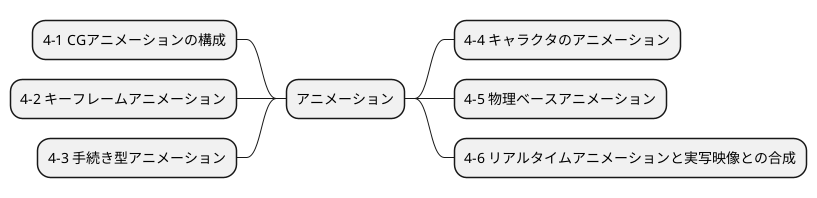
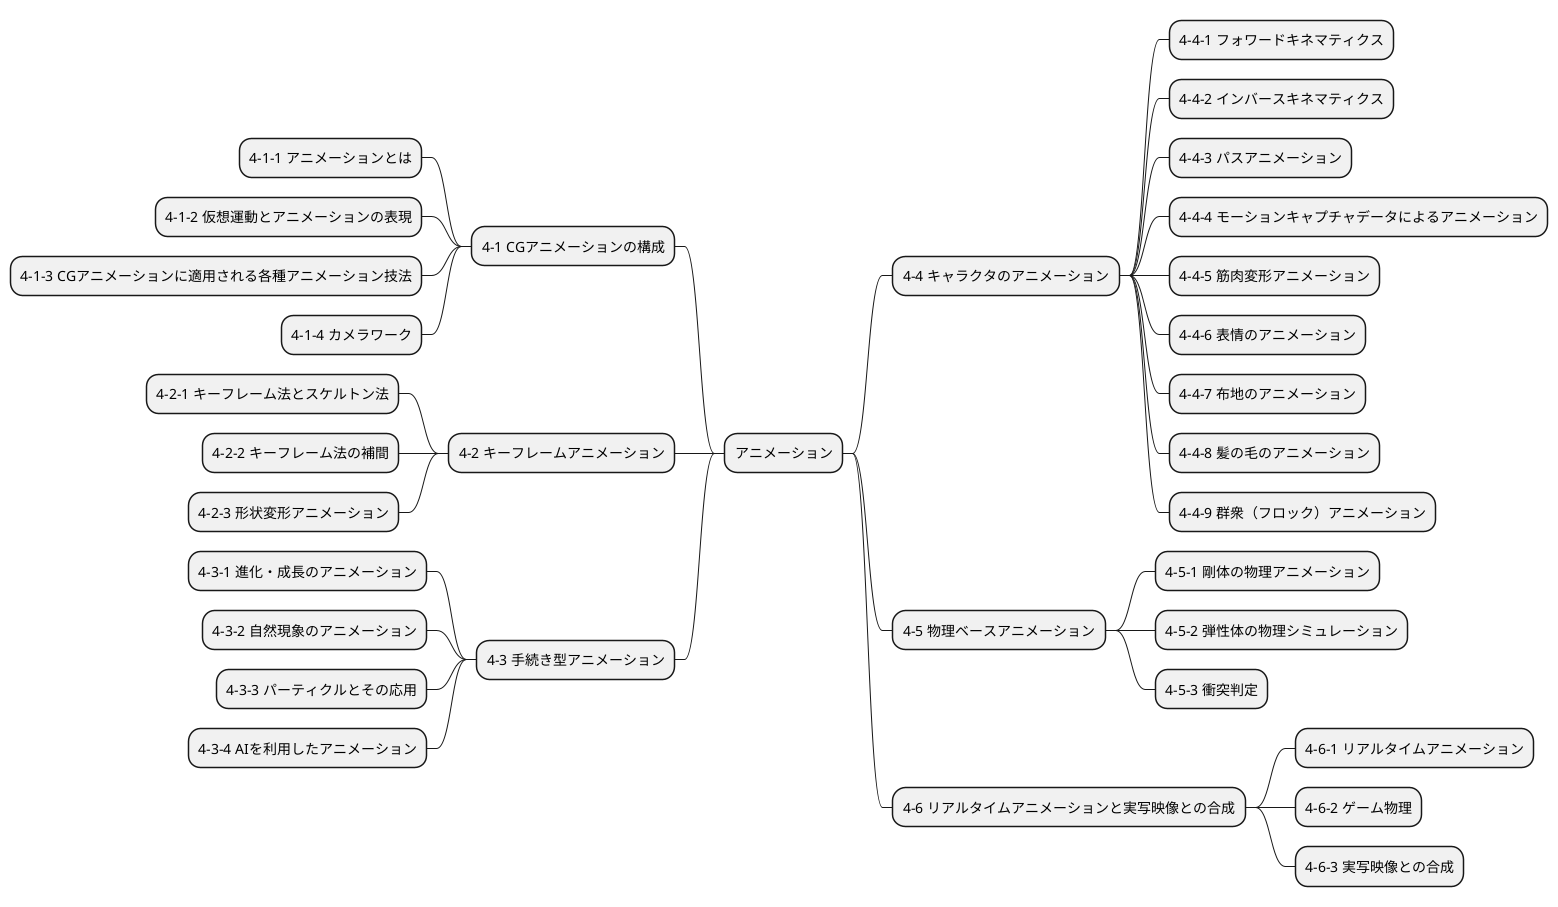
@startmindmap img_proc_basic_04
+ アニメーション
-- 4-1 CGアニメーションの構成
+ --- 4-1-1 アニメーションとは
+ --- 4-1-2 仮想運動とアニメーションの表現
+ --- 4-1-3 CGアニメーションに適用される各種アニメーション技法
+ --- 4-1-4 カメラワーク
-- 4-2 キーフレームアニメーション
+ --- 4-2-1 キーフレーム法とスケルトン法
+ --- 4-2-2 キーフレーム法の補間
+ --- 4-2-3 形状変形アニメーション
-- 4-3 手続き型アニメーション
+ --- 4-3-1 進化・成長のアニメーション
+ --- 4-3-2 自然現象のアニメーション
+ --- 4-3-3 パーティクルとその応用
+ --- 4-3-4 AIを利用したアニメーション
++ 4-4 キャラクタのアニメーション
+ +++ 4-4-1 フォワードキネマティクス
+ +++ 4-4-2 インバースキネマティクス
+ +++ 4-4-3 パスアニメーション
+ +++ 4-4-4 モーションキャプチャデータによるアニメーション
+ +++ 4-4-5 筋肉変形アニメーション
+ +++ 4-4-6 表情のアニメーション
+ +++ 4-4-7 布地のアニメーション
+ +++ 4-4-8 髪の毛のアニメーション
+ +++ 4-4-9 群衆（フロック）アニメーション
++ 4-5 物理ベースアニメーション
+ +++ 4-5-1 剛体の物理アニメーション
+ +++ 4-5-2 弾性体の物理シミュレーション
+ +++ 4-5-3 衝突判定
++ 4-6 リアルタイムアニメーションと実写映像との合成
+ +++ 4-6-1 リアルタイムアニメーション
+ +++ 4-6-2 ゲーム物理
+ +++ 4-6-3 実写映像との合成
@endmindmap
